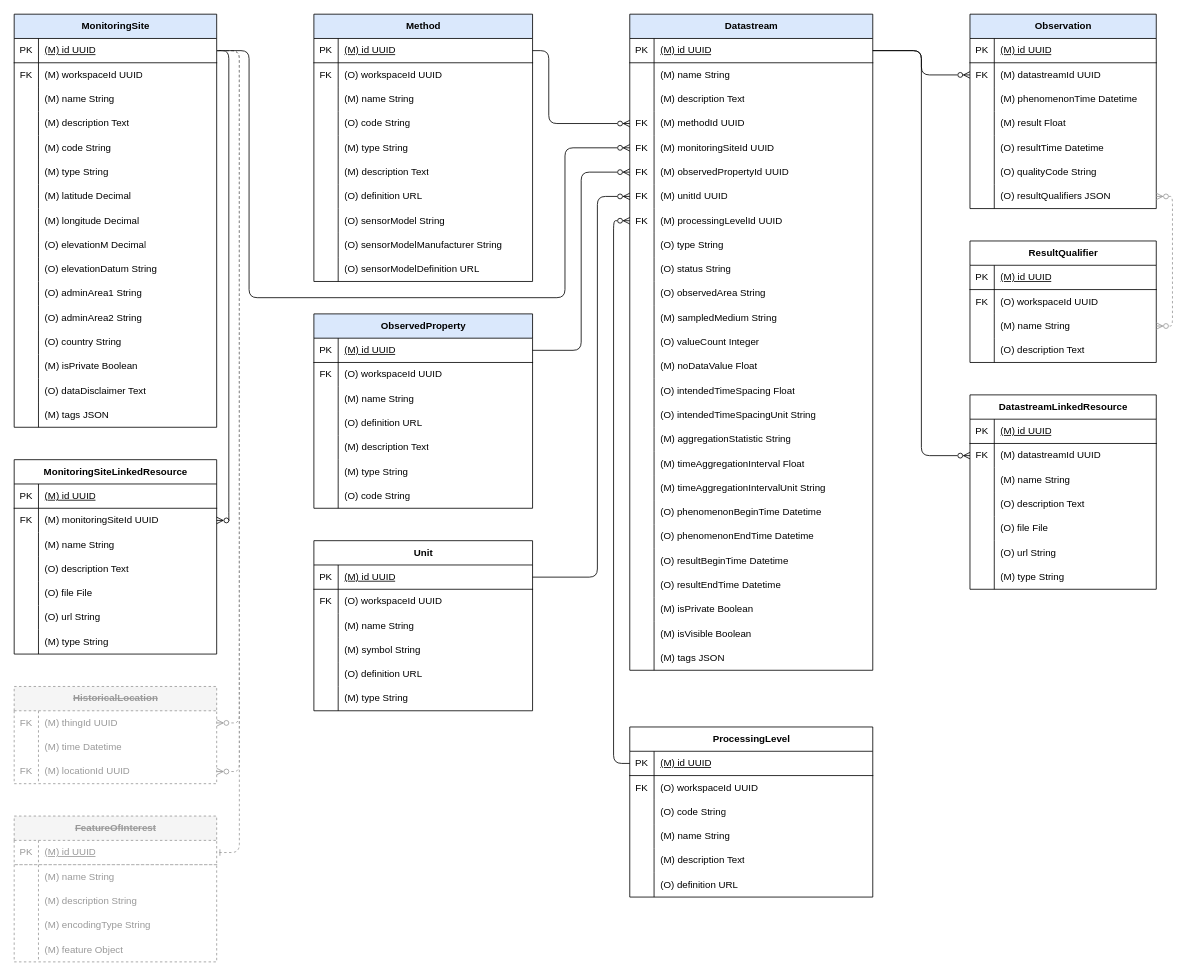
This is apps/docs/docs/references/diagrams/HydroServer_Data_Model.drawio from hydroserver2/hydroserver, a draw.io file, before an edit. Source tidied: cells renumbered, new cells numbered last; positions are measured from the earlier drawing's top-left corner, leaving out a move shared by most shapes. Both pictures are drawn from the tidied source at 81%, with x=0, y=0 at pixel (14, 14).
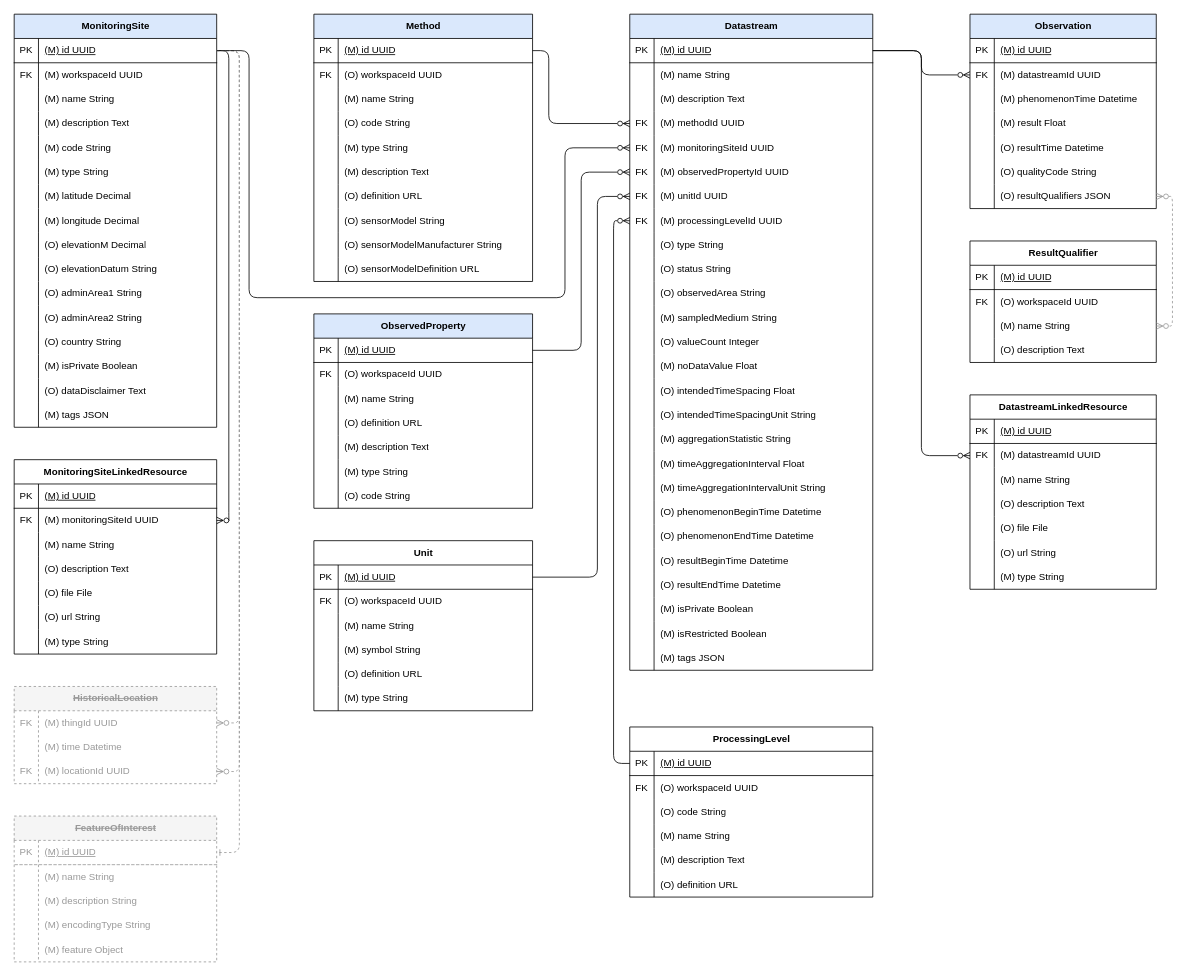
The same page after the edit.

Unchanged cells that the change refers to:
```xml
<mxCell id="244" style="shape=tableRow;horizontal=0;startSize=0;swimlaneHead=0;swimlaneBody=0;fillColor=none;top=0;left=0;right=0;bottom=0;fontSize=12;" parent="171" vertex="1">
  <mxGeometry y="750" width="300" height="30" as="geometry" />
</mxCell>
```

Diff of the diagram source:
```diff
@@
-    <mxCell id="246" value="(M) isVisible Boolean" style="shape=partialRectangle;fillColor=none;top=0;left=0;bottom=0;right=0;align=left;spacingLeft=6;overflow=hidden;whiteSpace=wrap;html=1;fontSize=12;" parent="244" vertex="1">
+    <mxCell id="246" value="(M) isRestricted Boolean" style="shape=partialRectangle;fillColor=none;top=0;left=0;bottom=0;right=0;align=left;spacingLeft=6;overflow=hidden;whiteSpace=wrap;html=1;fontSize=12;" parent="244" vertex="1">
       <mxGeometry x="30" width="270" height="30" as="geometry" />
     </mxCell>
```
